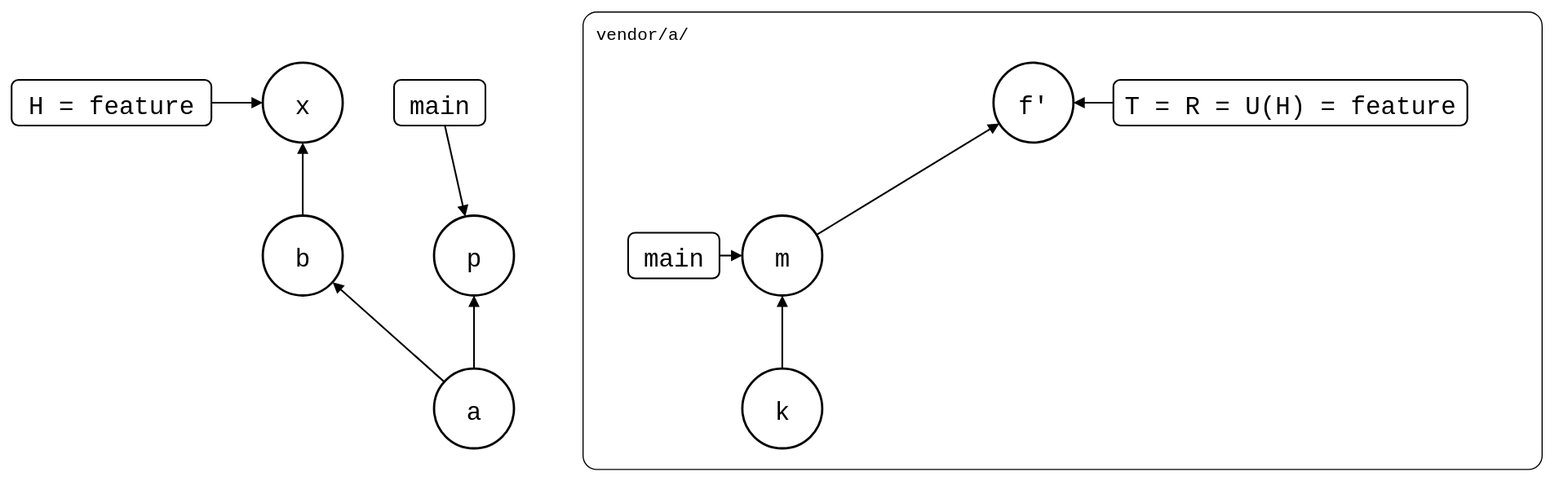
roschaefer/git-splice keeps this draw.io diagram as test/scenarios/03-branches-and-teamwork/06-feature-branch-behind-default-branch/pulled-the-rebased-pr.drawio.svg. Above is the earlier version. Source tidied: cells renumbered, new cells last; positions are measured from the earlier drawing's top-left corner, leaving out a move shared by most shapes. Its diagram source:
```xml
<mxGraphModel background="#ffffff">
  <root>
    <mxCell id="0" />
    <mxCell id="1" parent="0" />
    <mxCell id="2" value="vendor/a/" style="rounded=1;arcSize=3;fillColor=none;strokeWidth=1;fontSize=15;verticalAlign=top;align=left;spacingLeft=10;spacingTop=4;fontFamily=Roboto Mono,monospace;" parent="1" vertex="1">
      <mxGeometry x="500" width="840" height="401" as="geometry" />
    </mxCell>
    <mxCell id="3" value="a" style="ellipse;strokeWidth=2;fontSize=22;fontFamily=Roboto Mono,monospace;" parent="1" vertex="1">
      <mxGeometry x="370" y="313" width="70" height="70" as="geometry" />
    </mxCell>
    <mxCell id="4" value="p" style="ellipse;strokeWidth=2;fontSize=22;fontFamily=Roboto Mono,monospace;" parent="1" vertex="1">
      <mxGeometry x="370" y="179" width="70" height="70" as="geometry" />
    </mxCell>
    <mxCell id="5" value="b" style="ellipse;strokeWidth=2;fontSize=22;fontFamily=Roboto Mono,monospace;" parent="1" vertex="1">
      <mxGeometry x="220" y="179" width="70" height="70" as="geometry" />
    </mxCell>
    <mxCell id="6" value="x" style="ellipse;strokeWidth=2;fontSize=22;fontFamily=Roboto Mono,monospace;" parent="1" vertex="1">
      <mxGeometry x="220" y="45" width="70" height="70" as="geometry" />
    </mxCell>
    <mxCell id="7" value="k" style="ellipse;strokeWidth=2;fontSize=22;fontFamily=Roboto Mono,monospace;" parent="1" vertex="1">
      <mxGeometry x="640" y="313" width="70" height="70" as="geometry" />
    </mxCell>
    <mxCell id="8" value="m" style="ellipse;strokeWidth=2;fontSize=22;fontFamily=Roboto Mono,monospace;" parent="1" vertex="1">
      <mxGeometry x="640" y="179" width="70" height="70" as="geometry" />
    </mxCell>
    <mxCell id="9" value="f'" style="ellipse;strokeWidth=2;fontSize=22;fontFamily=Roboto Mono,monospace;" parent="1" vertex="1">
      <mxGeometry x="860" y="45" width="70" height="70" as="geometry" />
    </mxCell>
    <mxCell id="10" style="endArrow=block;endFill=1;strokeWidth=1.5;rounded=0;" parent="1" edge="1" source="3" target="4">
      <mxGeometry relative="1" as="geometry" />
    </mxCell>
    <mxCell id="11" style="endArrow=block;endFill=1;strokeWidth=1.5;rounded=0;" parent="1" edge="1" source="3" target="5">
      <mxGeometry relative="1" as="geometry" />
    </mxCell>
    <mxCell id="12" style="endArrow=block;endFill=1;strokeWidth=1.5;rounded=0;" parent="1" edge="1" source="5" target="6">
      <mxGeometry relative="1" as="geometry" />
    </mxCell>
    <mxCell id="13" style="endArrow=block;endFill=1;strokeWidth=1.5;rounded=0;" parent="1" edge="1" source="7" target="8">
      <mxGeometry relative="1" as="geometry" />
    </mxCell>
    <mxCell id="14" style="endArrow=block;endFill=1;strokeWidth=1.5;rounded=0;" parent="1" edge="1" source="8" target="9">
      <mxGeometry relative="1" as="geometry" />
    </mxCell>
    <mxCell id="15" value="H = feature" style="rounded=1;strokeWidth=1.5;fontSize=22;fontFamily=Roboto Mono,monospace;" parent="1" vertex="1">
      <mxGeometry y="60" width="175" height="40" as="geometry" />
    </mxCell>
    <mxCell id="16" style="endArrow=block;endFill=1;strokeWidth=1.5;rounded=0;" parent="1" edge="1" source="15" target="6">
      <mxGeometry relative="1" as="geometry" />
    </mxCell>
    <mxCell id="17" value="main" style="rounded=1;strokeWidth=1.5;fontSize=22;fontFamily=Roboto Mono,monospace;" parent="1" vertex="1">
      <mxGeometry x="335" y="60" width="80" height="40" as="geometry" />
    </mxCell>
    <mxCell id="18" style="endArrow=block;endFill=1;strokeWidth=1.5;rounded=0;" parent="1" edge="1" source="17" target="4">
      <mxGeometry relative="1" as="geometry" />
    </mxCell>
    <mxCell id="19" value="main" style="rounded=1;strokeWidth=1.5;fontSize=22;fontFamily=Roboto Mono,monospace;" parent="1" vertex="1">
      <mxGeometry x="540" y="194" width="80" height="40" as="geometry" />
    </mxCell>
    <mxCell id="20" style="endArrow=block;endFill=1;strokeWidth=1.5;rounded=0;" parent="1" edge="1" source="19" target="8">
      <mxGeometry relative="1" as="geometry" />
    </mxCell>
    <mxCell id="21" value="T = R = U(H) = feature" style="rounded=1;strokeWidth=1.5;fontSize=22;fontFamily=Roboto Mono,monospace;" parent="1" vertex="1">
      <mxGeometry x="965" y="60" width="310" height="40" as="geometry" />
    </mxCell>
    <mxCell id="22" style="endArrow=block;endFill=1;strokeWidth=1.5;rounded=0;" parent="1" edge="1" source="21" target="9">
      <mxGeometry relative="1" as="geometry" />
    </mxCell>
  </root>
</mxGraphModel>
```
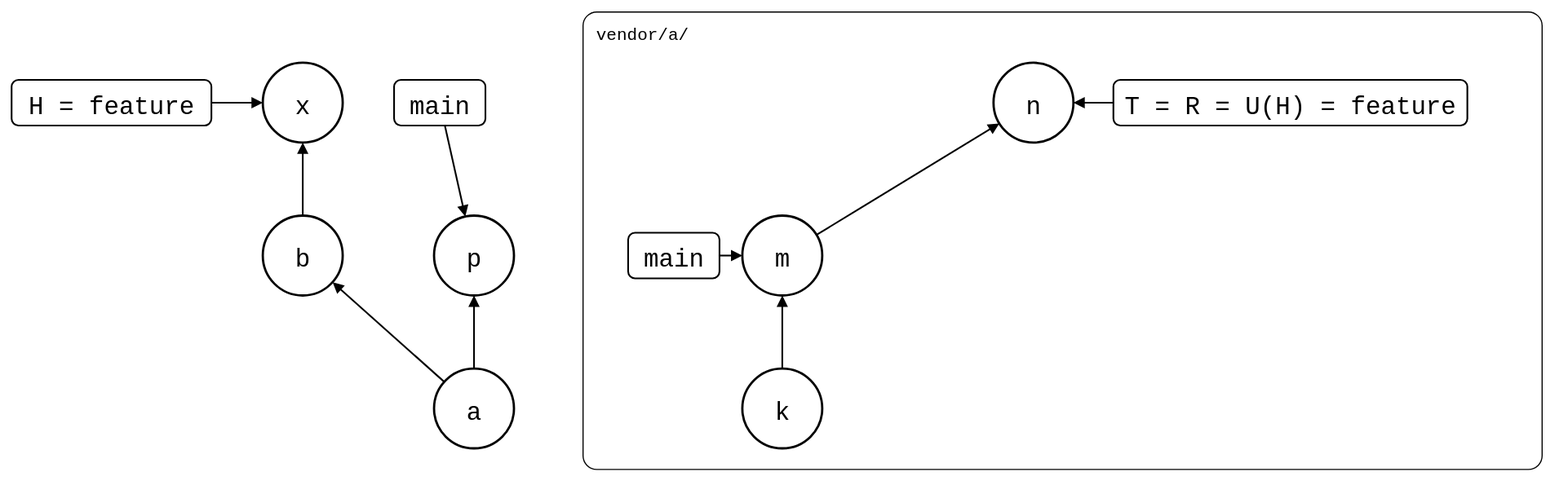
After the commit.

The edit, as a diff of the source:
```diff
@@ -23,7 +23,7 @@
     <mxCell id="8" value="m" style="ellipse;strokeWidth=2;fontSize=22;fontFamily=Roboto Mono,monospace;" parent="1" vertex="1">
       <mxGeometry x="640" y="179" width="70" height="70" as="geometry" />
     </mxCell>
-    <mxCell id="9" value="f'" style="ellipse;strokeWidth=2;fontSize=22;fontFamily=Roboto Mono,monospace;" parent="1" vertex="1">
+    <mxCell id="9" value="n" style="ellipse;strokeWidth=2;fontSize=22;fontFamily=Roboto Mono,monospace;" parent="1" vertex="1">
       <mxGeometry x="860" y="45" width="70" height="70" as="geometry" />
     </mxCell>
     <mxCell id="10" style="endArrow=block;endFill=1;strokeWidth=1.5;rounded=0;" parent="1" edge="1" source="3" target="4">
```
